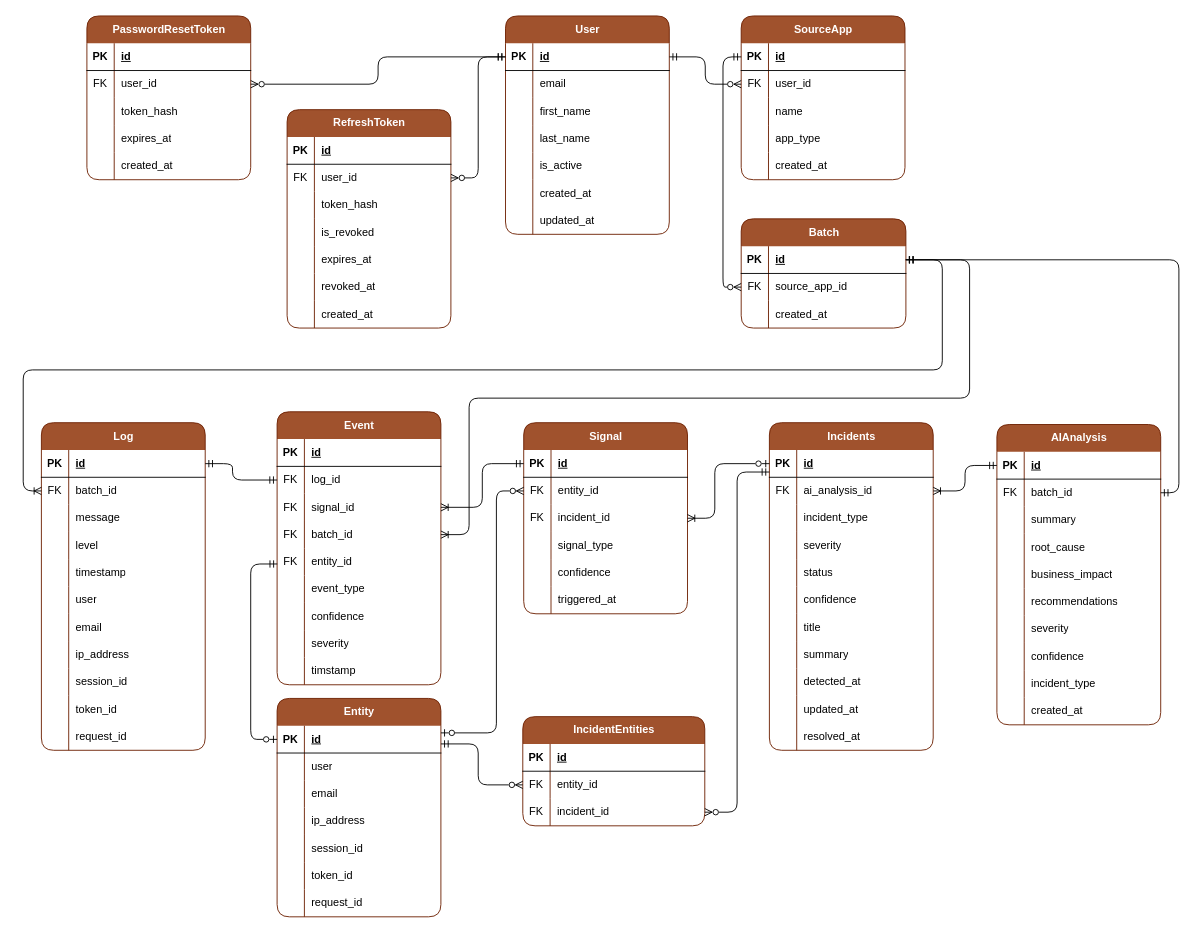
The draw.io diagram docs/diagrams/erd.drawio in siddharthk8/SignalOps, before the edit. Source tidied: cells renumbered, new cells numbered last; positions are measured from the earlier drawing's top-left corner, leaving out a move shared by most shapes. Both pictures are drawn from the tidied source at 91%, with x=0, y=0 at pixel (23, 15).
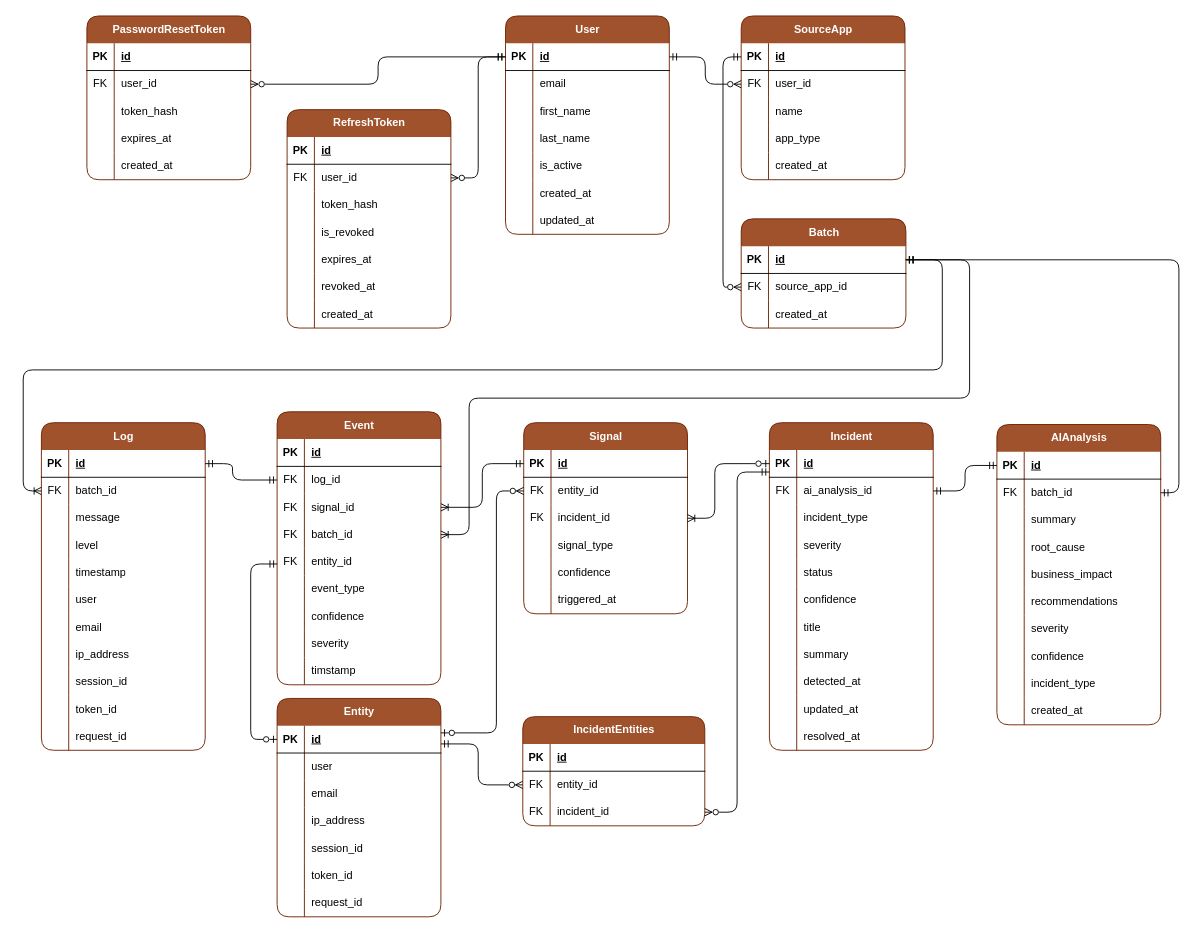
The same diagram, later.

Commit message (it also covers changes not shown here):
Fix ERD relationship cardinality between  Incident and AIAnalysis

The change refers to these unchanged cells:
```xml
<mxCell id="137" style="shape=tableRow;horizontal=0;startSize=0;swimlaneHead=0;swimlaneBody=0;fillColor=none;points=[[0,0.5],[1,0.5]];portConstraint=eastwest;top=0;left=0;right=0;bottom=0;" parent="133" vertex="1">
  <mxGeometry y="60" width="180" height="30" as="geometry" />
</mxCell>
<mxCell id="190" style="shape=tableRow;horizontal=0;startSize=0;swimlaneHead=0;swimlaneBody=0;fillColor=none;points=[[0,0.5],[1,0.5]];portConstraint=eastwest;top=0;left=0;right=0;bottom=1;" parent="189" vertex="1">
  <mxGeometry y="30" width="180" height="30" as="geometry" />
</mxCell>
```

Change to the diagram source:
```diff
@@
-    <mxCell id="133" value="Incidents" style="shape=table;startSize=30;childLayout=tableLayout;rowLines=0;fontStyle=1;align=center;html=1;fillColor=#a0522d;fontColor=#ffffff;strokeColor=#6D1F00;gradientColor=none;swimlaneFillColor=none;rounded=1;swimlaneLine=0;shadow=0;" parent="1" vertex="1">
+    <mxCell id="133" value="Incident" style="shape=table;startSize=30;childLayout=tableLayout;rowLines=0;fontStyle=1;align=center;html=1;fillColor=#a0522d;fontColor=#ffffff;strokeColor=#6D1F00;gradientColor=none;swimlaneFillColor=none;rounded=1;swimlaneLine=0;shadow=0;" parent="1" vertex="1">
       <mxGeometry x="820" y="447" width="180" height="360" as="geometry" />
     </mxCell>
@@
-    <mxCell id="241" style="edgeStyle=orthogonalEdgeStyle;rounded=1;jettySize=auto;html=1;exitX=1;exitY=0.5;exitDx=0;exitDy=0;entryX=0;entryY=0.5;entryDx=0;entryDy=0;curved=0;endArrow=ERmandOne;endFill=0;startArrow=ERoneToMany;startFill=0;" parent="1" edge="1" source="137" target="190">
+    <mxCell id="241" style="edgeStyle=orthogonalEdgeStyle;rounded=1;jettySize=auto;html=1;exitX=1;exitY=0.5;exitDx=0;exitDy=0;entryX=0;entryY=0.5;entryDx=0;entryDy=0;curved=0;endArrow=ERmandOne;endFill=0;startArrow=ERmandOne;startFill=0;" parent="1" edge="1" source="137" target="190">
       <mxGeometry relative="1" as="geometry" />
     </mxCell>
```
